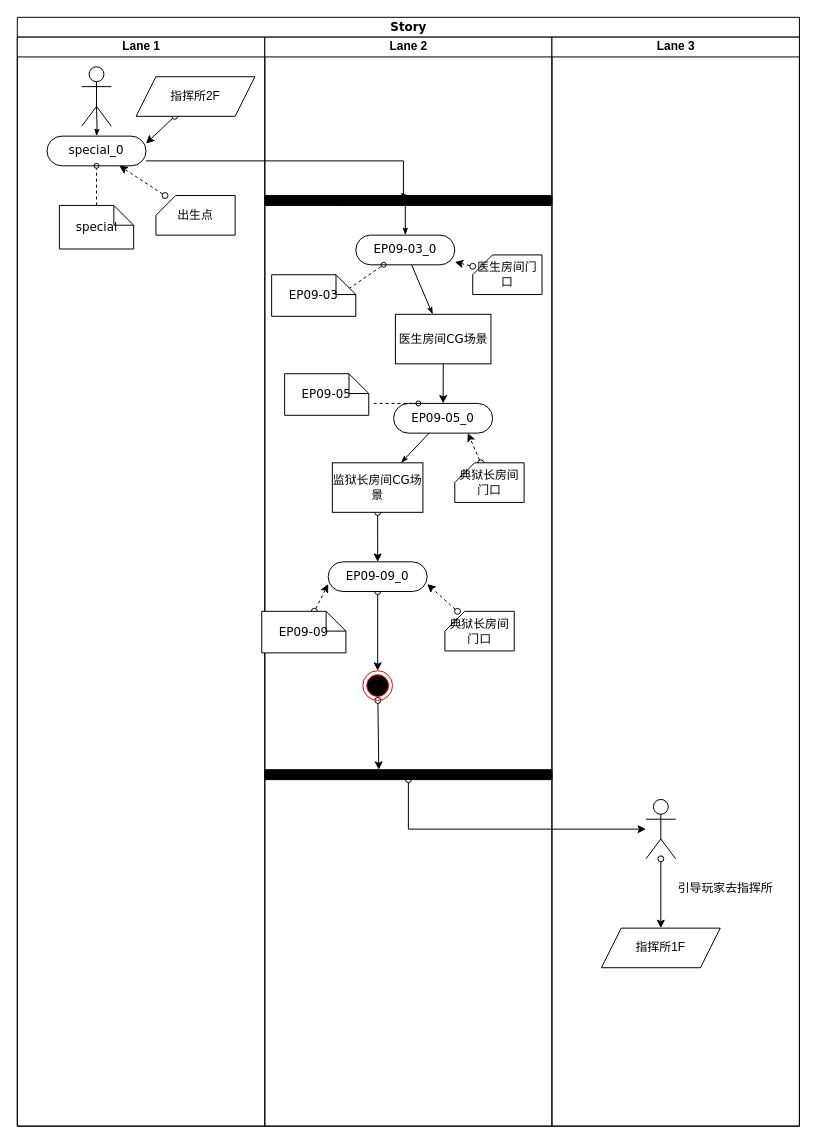
kwh3884858/Hippocampus keeps this draw.io diagram as page "关卡流程图" (1 of 2) of Tools/LevelDesignUML/LevelDesignUML_EP_09.drawio. Above is the earlier version. Source tidied: cells renumbered, new cells numbered last; positions are measured from the earlier drawing's top-left corner, leaving out a move shared by most shapes. Both pictures are drawn from the tidied source at 99%, with x=0, y=0 at pixel (17, 17).
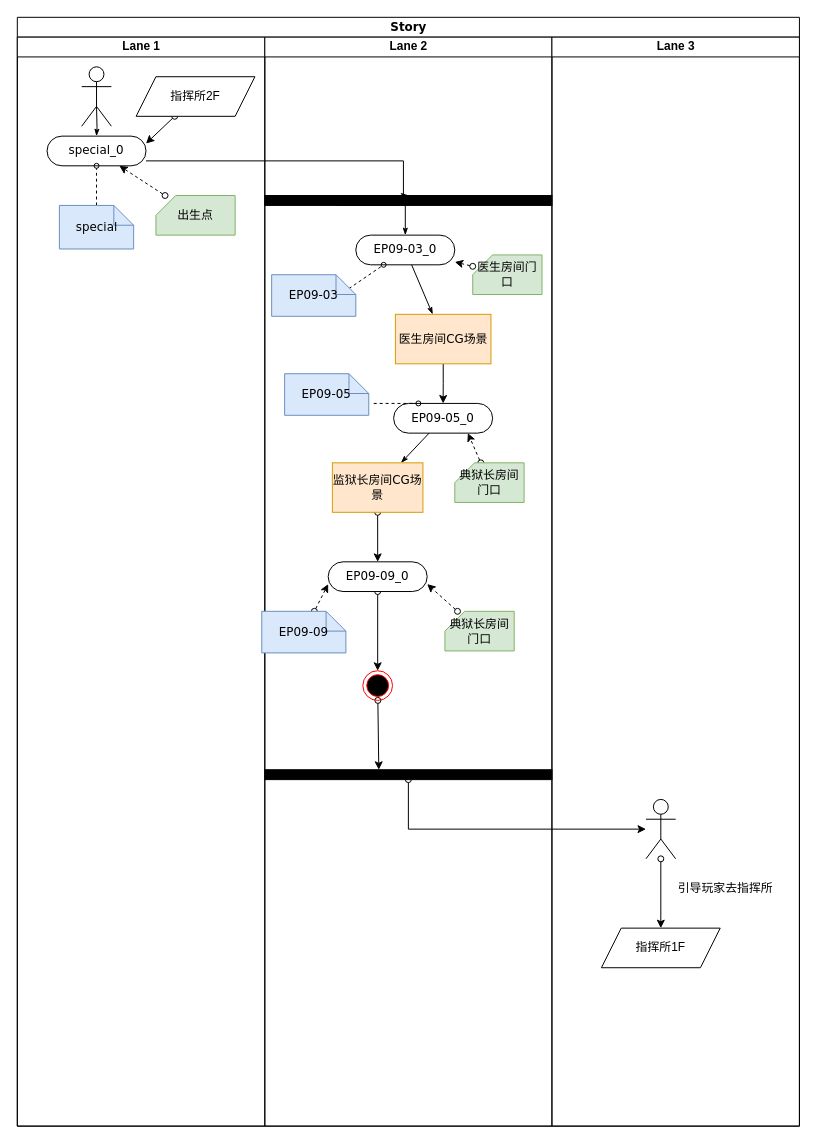
Above is the later version.

Unchanged cells that the change refers to:
```xml
<mxCell id="3" value="Lane 1" style="swimlane;html=1;startSize=20;" parent="2" vertex="1">
  <mxGeometry y="20" width="250" height="1100" as="geometry" />
</mxCell>
<mxCell id="13" value="Lane 2" style="swimlane;html=1;startSize=20;" parent="2" vertex="1">
  <mxGeometry x="250" y="20" width="290" height="1100" as="geometry" />
</mxCell>
```

Change to the diagram source:
```diff
@@
-    <mxCell id="7" value="special" style="shape=note;whiteSpace=wrap;html=1;rounded=0;shadow=0;comic=0;labelBackgroundColor=none;strokeWidth=1;fontFamily=Verdana;fontSize=12;align=center;size=20;" parent="3" vertex="1">
+    <mxCell id="7" value="special" style="shape=note;whiteSpace=wrap;html=1;rounded=0;shadow=0;comic=0;labelBackgroundColor=none;strokeWidth=1;fontFamily=Verdana;fontSize=12;align=center;size=20;fillColor=#dae8fc;strokeColor=#6c8ebf;" parent="3" vertex="1">
       <mxGeometry x="42.5" y="170" width="75" height="44" as="geometry" />
     </mxCell>
@@
-    <mxCell id="10" value="出生点" style="shape=card;whiteSpace=wrap;html=1;size=20;" parent="3" vertex="1">
+    <mxCell id="10" value="出生点" style="shape=card;whiteSpace=wrap;html=1;size=20;fillColor=#d5e8d4;strokeColor=#82b366;" parent="3" vertex="1">
       <mxGeometry x="140" y="160" width="80" height="40" as="geometry" />
     </mxCell>
@@
-    <mxCell id="19" value="医生房间CG场景" style="rounded=0;whiteSpace=wrap;html=1;shadow=0;comic=0;labelBackgroundColor=none;strokeWidth=1;fontFamily=Verdana;fontSize=12;align=center;arcSize=50;" parent="13" vertex="1">
+    <mxCell id="19" value="医生房间CG场景" style="rounded=0;whiteSpace=wrap;html=1;shadow=0;comic=0;labelBackgroundColor=none;strokeWidth=1;fontFamily=Verdana;fontSize=12;align=center;arcSize=50;fillColor=#ffe6cc;strokeColor=#d79b00;" parent="13" vertex="1">
       <mxGeometry x="131.9" y="280" width="96.5" height="50" as="geometry" />
     </mxCell>
@@
-    <mxCell id="24" value="监狱长房间CG场景" style="rounded=0;whiteSpace=wrap;html=1;shadow=0;comic=0;labelBackgroundColor=none;strokeWidth=1;fontFamily=Verdana;fontSize=12;align=center;arcSize=50;" parent="13" vertex="1">
+    <mxCell id="24" value="监狱长房间CG场景" style="rounded=0;whiteSpace=wrap;html=1;shadow=0;comic=0;labelBackgroundColor=none;strokeWidth=1;fontFamily=Verdana;fontSize=12;align=center;arcSize=50;fillColor=#ffe6cc;strokeColor=#d79b00;" parent="13" vertex="1">
       <mxGeometry x="68.2" y="430" width="91.5" height="50" as="geometry" />
     </mxCell>
-    <mxCell id="25" value="EP09-03" style="shape=note;whiteSpace=wrap;html=1;rounded=0;shadow=0;comic=0;labelBackgroundColor=none;strokeWidth=1;fontFamily=Verdana;fontSize=12;align=center;size=20;" parent="13" vertex="1">
+    <mxCell id="25" value="EP09-03" style="shape=note;whiteSpace=wrap;html=1;rounded=0;shadow=0;comic=0;labelBackgroundColor=none;strokeWidth=1;fontFamily=Verdana;fontSize=12;align=center;size=20;fillColor=#dae8fc;strokeColor=#6c8ebf;" parent="13" vertex="1">
       <mxGeometry x="6.9" y="240" width="85" height="42" as="geometry" />
     </mxCell>
-    <mxCell id="26" value="EP09-05" style="shape=note;whiteSpace=wrap;html=1;rounded=0;shadow=0;comic=0;labelBackgroundColor=none;strokeWidth=1;fontFamily=Verdana;fontSize=12;align=center;size=20;" parent="13" vertex="1">
+    <mxCell id="26" value="EP09-05" style="shape=note;whiteSpace=wrap;html=1;rounded=0;shadow=0;comic=0;labelBackgroundColor=none;strokeWidth=1;fontFamily=Verdana;fontSize=12;align=center;size=20;fillColor=#dae8fc;strokeColor=#6c8ebf;" parent="13" vertex="1">
       <mxGeometry x="20" y="340" width="85" height="42" as="geometry" />
     </mxCell>
@@
-    <mxCell id="31" value="医生房间门口" style="shape=card;whiteSpace=wrap;html=1;size=20;" parent="13" vertex="1">
+    <mxCell id="31" value="医生房间门口" style="shape=card;whiteSpace=wrap;html=1;size=20;fillColor=#d5e8d4;strokeColor=#82b366;" parent="13" vertex="1">
       <mxGeometry x="210" y="220" width="70" height="40" as="geometry" />
     </mxCell>
@@
-    <mxCell id="33" value="典狱长房间门口" style="shape=card;whiteSpace=wrap;html=1;size=20;" parent="13" vertex="1">
+    <mxCell id="33" value="典狱长房间门口" style="shape=card;whiteSpace=wrap;html=1;size=20;fillColor=#d5e8d4;strokeColor=#82b366;" parent="13" vertex="1">
       <mxGeometry x="191.9" y="430" width="70" height="40" as="geometry" />
     </mxCell>
@@
-    <mxCell id="35" value="典狱长房间门口" style="shape=card;whiteSpace=wrap;html=1;size=20;" parent="13" vertex="1">
+    <mxCell id="35" value="典狱长房间门口" style="shape=card;whiteSpace=wrap;html=1;size=20;fillColor=#d5e8d4;strokeColor=#82b366;" parent="13" vertex="1">
       <mxGeometry x="181.9" y="580" width="70" height="40" as="geometry" />
     </mxCell>
@@
-    <mxCell id="37" value="EP09-09" style="shape=note;whiteSpace=wrap;html=1;rounded=0;shadow=0;comic=0;labelBackgroundColor=none;strokeWidth=1;fontFamily=Verdana;fontSize=12;align=center;size=20;" parent="13" vertex="1">
+    <mxCell id="37" value="EP09-09" style="shape=note;whiteSpace=wrap;html=1;rounded=0;shadow=0;comic=0;labelBackgroundColor=none;strokeWidth=1;fontFamily=Verdana;fontSize=12;align=center;size=20;fillColor=#dae8fc;strokeColor=#6c8ebf;" parent="13" vertex="1">
       <mxGeometry x="-3.1" y="580" width="85" height="42" as="geometry" />
     </mxCell>
```
